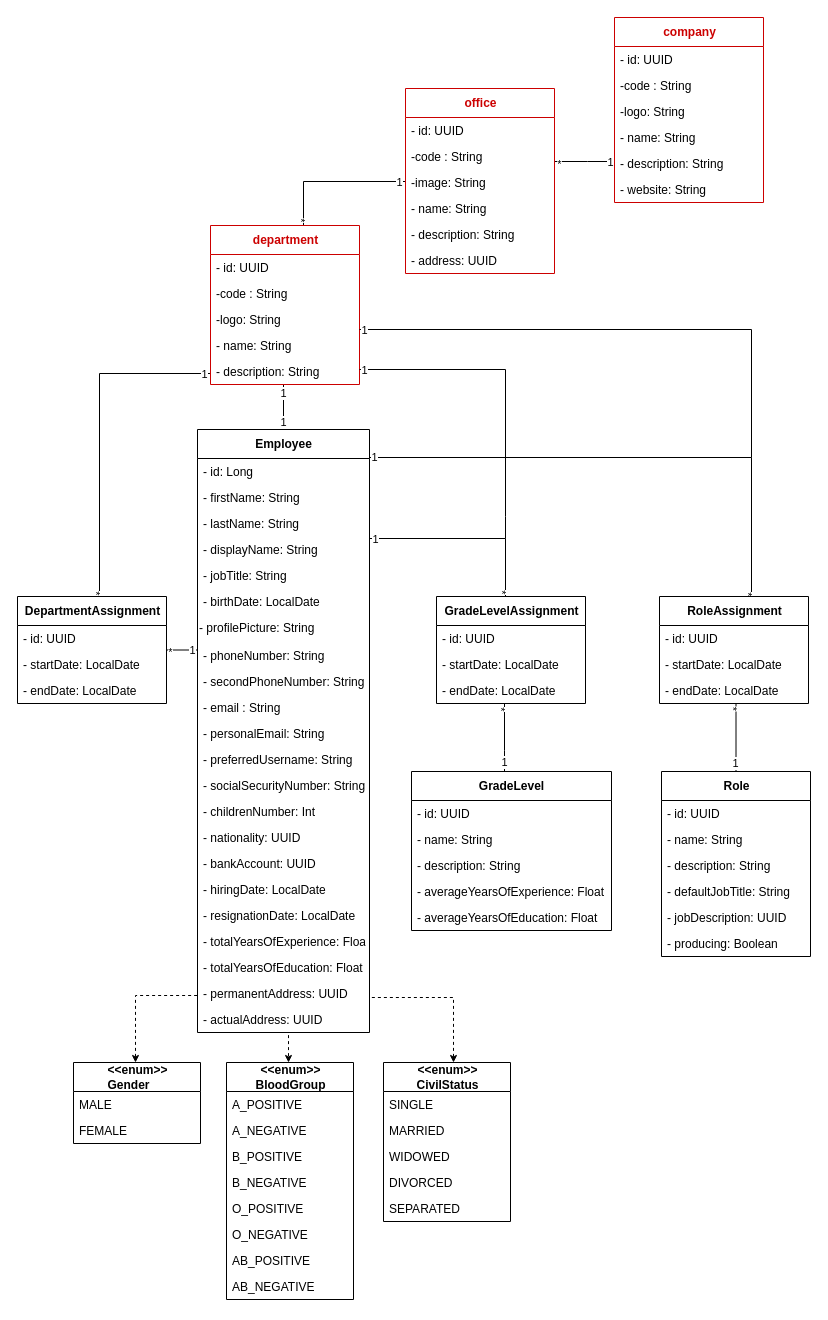
Earlier version of the draw.io diagram Department/_DiagrammeClasseDepartment.drawio (ZidiMedAmine/UML). Source tidied: cells renumbered, new cells numbered last; positions are measured from the earlier drawing's top-left corner, leaving out a move shared by most shapes. Both pictures are drawn from the tidied source at 100%, with x=0, y=0 at pixel (17, 17).
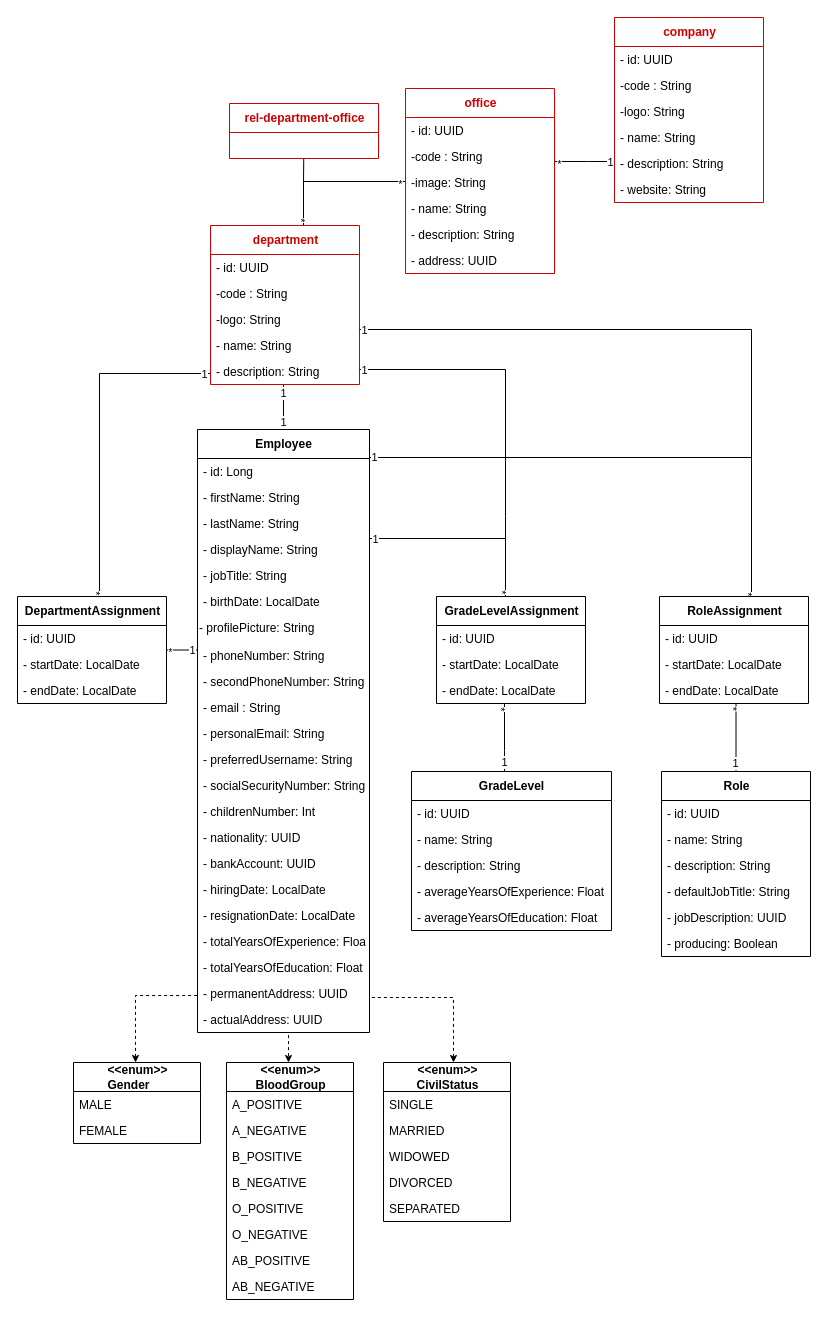
Above is the later version.

Commit message:
Mettre à jour _DiagrammeClasseDepartment.drawio

Unchanged cells that the change refers to:
```xml
<mxCell id="92" style="edgeStyle=orthogonalEdgeStyle;rounded=0;jettySize=auto;html=1;endArrow=none;endFill=0;" parent="1" edge="1" source="95" target="108">
  <mxGeometry relative="1" as="geometry">
    <Array as="points">
      <mxPoint x="286" y="164" />
    </Array>
  </mxGeometry>
</mxCell>
```

The edit, as a diff of the source:
```diff
@@
-    <mxCell id="94" value="1" style="edgeLabel;html=1;align=center;verticalAlign=middle;" parent="92" vertex="1">
+    <mxCell id="94" value="*" style="edgeLabel;html=1;align=center;verticalAlign=middle;" parent="92" vertex="1">
       <mxGeometry x="0.83" y="-1" relative="1" as="geometry">
-        <mxPoint x="5" y="-1" as="offset" />
+        <mxPoint x="6" y="1" as="offset" />
       </mxGeometry>
     </mxCell>
@@
+    <mxCell id="122" style="rounded=0;jettySize=auto;html=1;fontColor=#CC0000;endArrow=none;endFill=0;" parent="1" edge="1" source="123">
+      <mxGeometry relative="1" as="geometry">
+        <mxPoint x="286" y="166.3" as="targetPoint" />
+      </mxGeometry>
+    </mxCell>
+    <mxCell id="123" value="rel-department-office" style="swimlane;fontStyle=1;align=center;verticalAlign=middle;horizontal=1;startSize=29;html=1;fontSize=12;labelPosition=center;verticalLabelPosition=middle;swimlaneLine=1;rounded=0;sketch=0;glass=0;strokeColor=#CC0000;fontColor=#CC0000;" parent="1" vertex="1">
+      <mxGeometry x="212" y="86" width="149" height="55" as="geometry" />
+    </mxCell>
```
